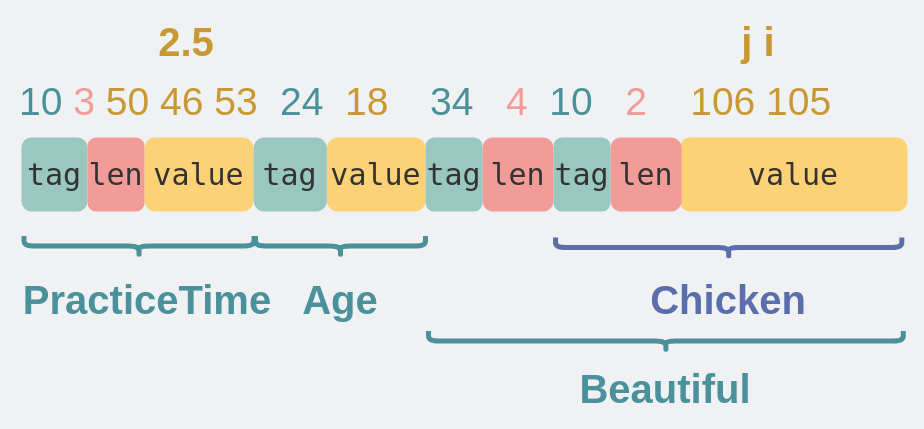
Above: network/protobuf含有内嵌结构体的情况.drawio in xiaobaiTech/image (draw.io), before the change. Source tidied: cells renumbered, new cells numbered last; positions are measured from the earlier drawing's top-left corner, leaving out a move shared by most shapes. Both pictures are drawn from the tidied source at 100%, with x=0, y=0 at pixel (17, 18).
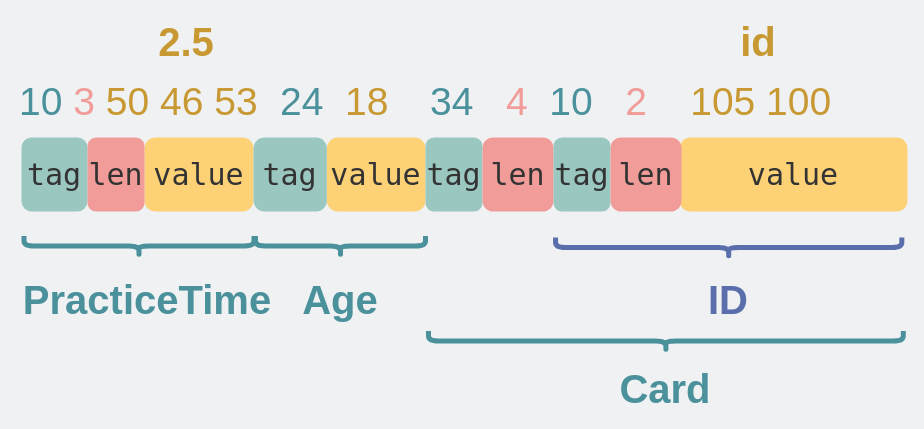
The same page after the edit.

Commit message:
更新protobuf含有内嵌结构体的情况.drawio

Diff of the diagram source:
```diff
@@
-    <mxCell id="17" value="&lt;div style=&quot;&quot;&gt;&lt;font style=&quot;font-size: 39px;&quot; color=&quot;#4a919b&quot;&gt;34&amp;nbsp; &amp;nbsp;&lt;/font&gt;&lt;font color=&quot;#f19c99&quot; style=&quot;font-size: 39px;&quot;&gt;4&lt;/font&gt;&lt;font style=&quot;font-size: 39px;&quot; color=&quot;#4a919b&quot;&gt;&amp;nbsp; 10&amp;nbsp; &amp;nbsp;&lt;/font&gt;&lt;font color=&quot;#f19c99&quot; style=&quot;font-size: 39px;&quot;&gt;2&lt;/font&gt;&lt;font style=&quot;font-size: 39px;&quot; color=&quot;#4a919b&quot;&gt;&amp;nbsp; &amp;nbsp;&amp;nbsp;&lt;/font&gt;&lt;font color=&quot;#c89932&quot; style=&quot;font-size: 39px;&quot;&gt;106 105&lt;/font&gt;&lt;br&gt;&lt;/div&gt;" style="text;html=1;strokeColor=none;fillColor=none;align=left;verticalAlign=middle;whiteSpace=wrap;rounded=0;" parent="1" vertex="1">
+    <mxCell id="17" value="&lt;div style=&quot;&quot;&gt;&lt;font style=&quot;font-size: 39px;&quot; color=&quot;#4a919b&quot;&gt;34&amp;nbsp; &amp;nbsp;&lt;/font&gt;&lt;font color=&quot;#f19c99&quot; style=&quot;font-size: 39px;&quot;&gt;4&lt;/font&gt;&lt;font style=&quot;font-size: 39px;&quot; color=&quot;#4a919b&quot;&gt;&amp;nbsp; 10&amp;nbsp; &amp;nbsp;&lt;/font&gt;&lt;font color=&quot;#f19c99&quot; style=&quot;font-size: 39px;&quot;&gt;2&lt;/font&gt;&lt;font style=&quot;font-size: 39px;&quot; color=&quot;#4a919b&quot;&gt;&amp;nbsp; &amp;nbsp;&amp;nbsp;&lt;/font&gt;&lt;font color=&quot;#c89932&quot; style=&quot;font-size: 39px;&quot;&gt;105 100&lt;/font&gt;&lt;br&gt;&lt;/div&gt;" style="text;html=1;strokeColor=none;fillColor=none;align=left;verticalAlign=middle;whiteSpace=wrap;rounded=0;" parent="1" vertex="1">
       <mxGeometry x="411" y="23" width="450" height="121" as="geometry" />
     </mxCell>
@@
-    <mxCell id="20" value="&lt;font color=&quot;#4a919b&quot; size=&quot;1&quot; style=&quot;&quot;&gt;&lt;b style=&quot;font-size: 40px;&quot;&gt;Beautiful&lt;/b&gt;&lt;/font&gt;" style="text;html=1;strokeColor=none;fillColor=none;align=center;verticalAlign=middle;whiteSpace=wrap;rounded=0;" parent="1" vertex="1">
+    <mxCell id="20" value="&lt;font color=&quot;#4a919b&quot; size=&quot;1&quot; style=&quot;&quot;&gt;&lt;b style=&quot;font-size: 40px;&quot;&gt;Card&lt;/b&gt;&lt;/font&gt;" style="text;html=1;strokeColor=none;fillColor=none;align=center;verticalAlign=middle;whiteSpace=wrap;rounded=0;" parent="1" vertex="1">
       <mxGeometry x="571.4" y="347" width="154" height="46" as="geometry" />
     </mxCell>
@@
-    <mxCell id="22" value="&lt;font size=&quot;1&quot; style=&quot;&quot;&gt;&lt;b style=&quot;font-size: 40px;&quot;&gt;Chicken&lt;/b&gt;&lt;/font&gt;" style="text;html=1;strokeColor=none;fillColor=none;align=center;verticalAlign=middle;whiteSpace=wrap;rounded=0;fontColor=#5A6EAB;" parent="1" vertex="1">
+    <mxCell id="22" value="&lt;font size=&quot;1&quot; style=&quot;&quot;&gt;&lt;b style=&quot;font-size: 40px;&quot;&gt;ID&lt;/b&gt;&lt;/font&gt;" style="text;html=1;strokeColor=none;fillColor=none;align=center;verticalAlign=middle;whiteSpace=wrap;rounded=0;fontColor=#5A6EAB;" parent="1" vertex="1">
       <mxGeometry x="634.2" y="258" width="154" height="46" as="geometry" />
     </mxCell>
@@
-    <mxCell id="24" value="&lt;font color=&quot;#c89932&quot; size=&quot;1&quot; style=&quot;&quot;&gt;&lt;b style=&quot;font-size: 40px;&quot;&gt;j i&lt;/b&gt;&lt;/font&gt;" style="text;html=1;strokeColor=none;fillColor=none;align=center;verticalAlign=middle;whiteSpace=wrap;rounded=0;" parent="1" vertex="1">
+    <mxCell id="24" value="&lt;font color=&quot;#c89932&quot; size=&quot;1&quot; style=&quot;&quot;&gt;&lt;b style=&quot;font-size: 40px;&quot;&gt;id&lt;/b&gt;&lt;/font&gt;" style="text;html=1;strokeColor=none;fillColor=none;align=center;verticalAlign=middle;whiteSpace=wrap;rounded=0;" parent="1" vertex="1">
       <mxGeometry x="664" width="154" height="46" as="geometry" />
     </mxCell>
```
